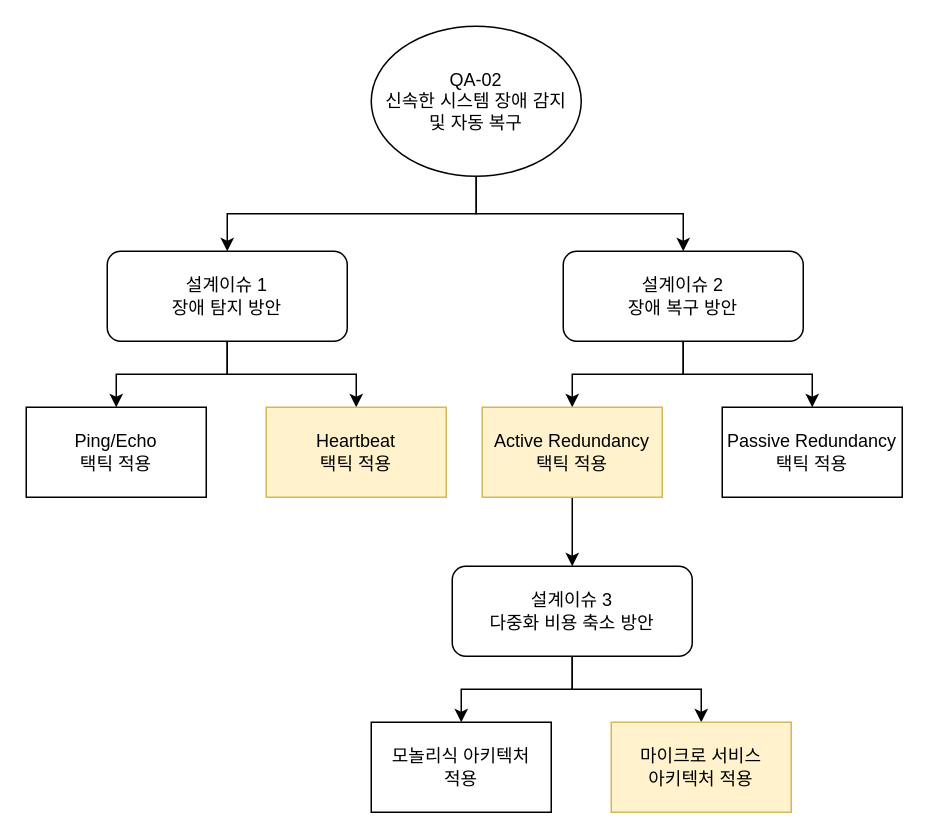
Before: page "DD-02" (2 of 4) of QualityDrivenArchitecturalDesign.drawio in GeniusHoon/AssociateArchitect, a draw.io diagram. Source tidied: cells renumbered, new cells numbered last; positions are measured from the earlier drawing's top-left corner, leaving out a move shared by most shapes. Both pictures are drawn from the tidied source at 150%, with x=0, y=0 at pixel (26, 26).
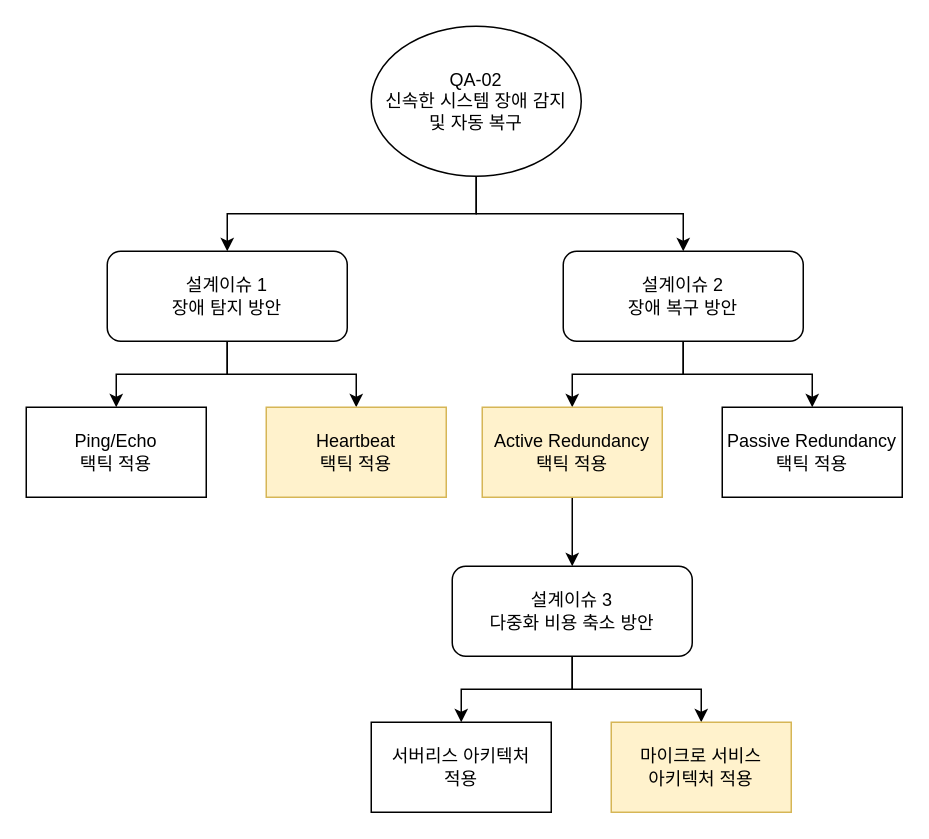
Above is the later version.

Change to the diagram source:
```diff
@@
-    <mxCell id="19" value="모놀리식 아키텍처&lt;div&gt;적용&lt;/div&gt;" style="rounded=0;whiteSpace=wrap;html=1;" parent="1" vertex="1">
+    <mxCell id="19" value="서버리스 아키텍처&lt;div&gt;적용&lt;/div&gt;" style="rounded=0;whiteSpace=wrap;html=1;" parent="1" vertex="1">
       <mxGeometry x="230" y="464" width="120" height="60" as="geometry" />
     </mxCell>
```
